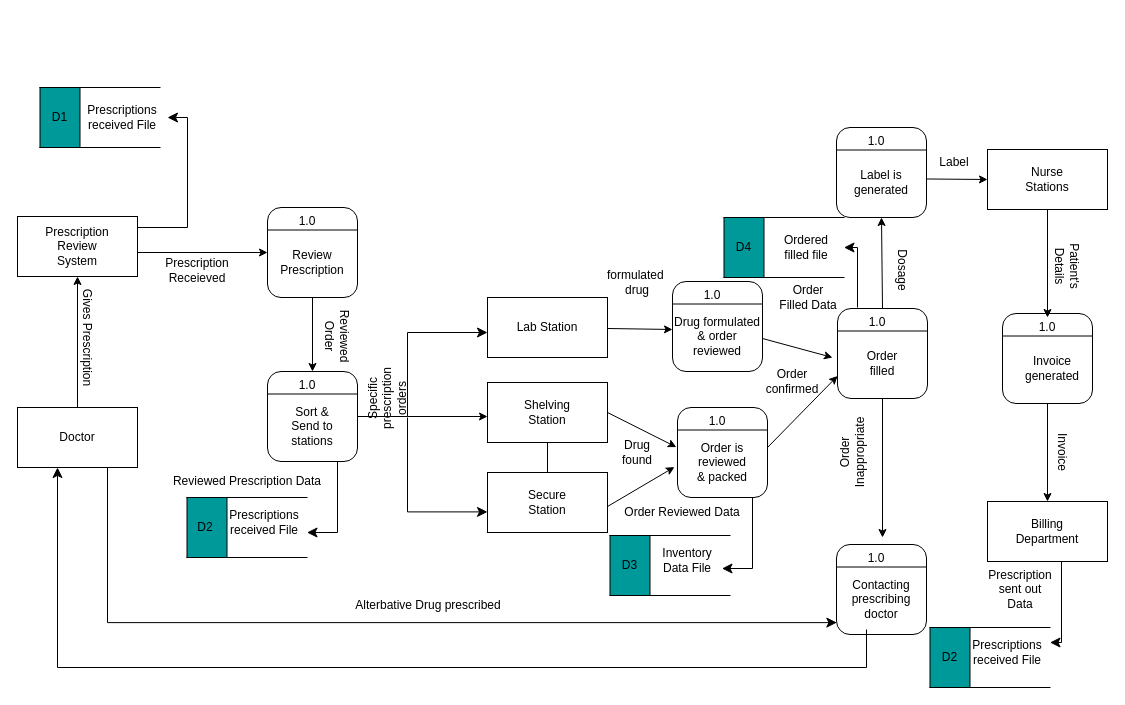
Before: page "Level - 0 Diagram" (2 of 2) of Pharmacy System Workflow at Mercy Hospital .drawio in danielchiny/Workflow-Designs, a draw.io diagram. Source tidied: cells renumbered, new cells numbered last; positions are measured from the earlier drawing's top-left corner, leaving out a move shared by most shapes. Both pictures are drawn from the tidied source at 100%, with x=0, y=0 at pixel (17, 87).
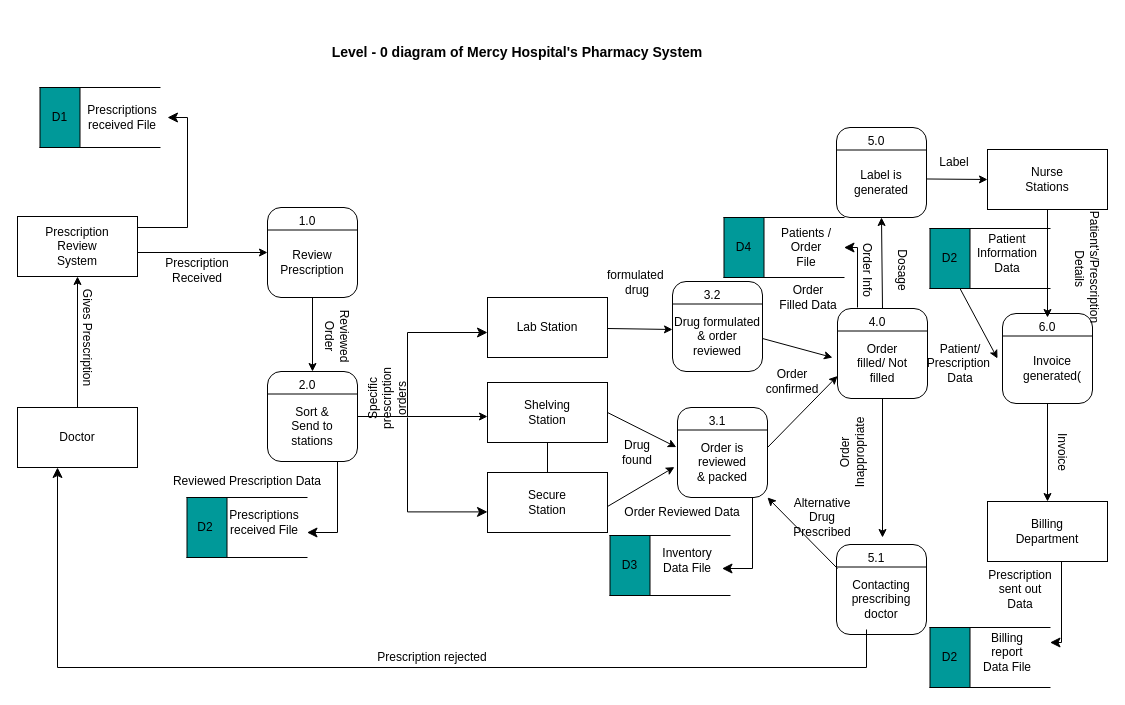
Above is the later version.

Unchanged cells that the change refers to:
```xml
<mxCell id="3" style="rounded=0;whiteSpace=wrap;html=1;" parent="2" vertex="1">
  <mxGeometry width="120" height="60" as="geometry" />
</mxCell>
<mxCell id="22" style="group;" parent="1" vertex="1">
  <mxGeometry x="250" y="284" width="90" height="110" as="geometry" />
</mxCell>
<mxCell id="45" style="rounded=1;whiteSpace=wrap;html=1;" parent="1" vertex="1">
  <mxGeometry x="660" y="320" width="90" height="90" as="geometry" />
</mxCell>
<mxCell id="53" style="rounded=1;whiteSpace=wrap;html=1;" parent="1" vertex="1">
  <mxGeometry x="819" y="457" width="90" height="90" as="geometry" />
</mxCell>
<mxCell id="83" style="group;" parent="1" vertex="1">
  <mxGeometry x="730" y="130" width="122.5" height="60" as="geometry" />
</mxCell>
<mxCell id="88" style="group;" parent="1" vertex="1">
  <mxGeometry x="910" y="540" width="122.5" height="60" as="geometry" />
</mxCell>
```

Change to the diagram source:
```diff
@@
-    <mxCell id="26" value="1.0" style="text;html=1;align=center;verticalAlign=middle;whiteSpace=wrap;rounded=0;" parent="22" vertex="1">
+    <mxCell id="26" value="2.0" style="text;html=1;align=center;verticalAlign=middle;whiteSpace=wrap;rounded=0;" parent="22" vertex="1">
       <mxGeometry x="15" y="4" width="50" height="20" as="geometry" />
     </mxCell>
@@
-    <mxCell id="39" value="Order filled" style="text;html=1;align=center;verticalAlign=middle;whiteSpace=wrap;rounded=0;" parent="1" vertex="1">
+    <mxCell id="39" value="Order filled/ Not filled" style="text;html=1;align=center;verticalAlign=middle;whiteSpace=wrap;rounded=0;" parent="1" vertex="1">
       <mxGeometry x="835" y="246" width="60" height="60" as="geometry" />
     </mxCell>
-    <mxCell id="40" value="1.0" style="text;html=1;align=center;verticalAlign=middle;whiteSpace=wrap;rounded=0;" parent="1" vertex="1">
+    <mxCell id="40" value="4.0" style="text;html=1;align=center;verticalAlign=middle;whiteSpace=wrap;rounded=0;" parent="1" vertex="1">
       <mxGeometry x="835" y="225" width="50" height="20" as="geometry" />
     </mxCell>
@@
-    <mxCell id="44" value="1.0" style="text;html=1;align=center;verticalAlign=middle;whiteSpace=wrap;rounded=0;" parent="1" vertex="1">
+    <mxCell id="44" value="3.2" style="text;html=1;align=center;verticalAlign=middle;whiteSpace=wrap;rounded=0;" parent="1" vertex="1">
       <mxGeometry x="670" y="198" width="50" height="20" as="geometry" />
     </mxCell>
@@
-    <mxCell id="48" value="1.0" style="text;html=1;align=center;verticalAlign=middle;whiteSpace=wrap;rounded=0;" parent="1" vertex="1">
+    <mxCell id="48" value="3.1" style="text;html=1;align=center;verticalAlign=middle;whiteSpace=wrap;rounded=0;" parent="1" vertex="1">
       <mxGeometry x="675" y="324" width="50" height="20" as="geometry" />
     </mxCell>
@@
-    <mxCell id="52" value="1.0" style="text;html=1;align=center;verticalAlign=middle;whiteSpace=wrap;rounded=0;" parent="1" vertex="1">
+    <mxCell id="52" value="5.0" style="text;html=1;align=center;verticalAlign=middle;whiteSpace=wrap;rounded=0;" parent="1" vertex="1">
       <mxGeometry x="834" y="44" width="50" height="20" as="geometry" />
     </mxCell>
@@
-    <mxCell id="56" value="1.0" style="text;html=1;align=center;verticalAlign=middle;whiteSpace=wrap;rounded=0;" parent="1" vertex="1">
+    <mxCell id="56" value="5.1" style="text;html=1;align=center;verticalAlign=middle;whiteSpace=wrap;rounded=0;" parent="1" vertex="1">
       <mxGeometry x="834" y="461" width="50" height="20" as="geometry" />
     </mxCell>
@@
-    <mxCell id="78" value="Invoice generated" style="text;html=1;align=center;verticalAlign=middle;whiteSpace=wrap;rounded=0;" parent="1" vertex="1">
+    <mxCell id="78" value="Invoice generated(" style="text;html=1;align=center;verticalAlign=middle;whiteSpace=wrap;rounded=0;" parent="1" vertex="1">
       <mxGeometry x="1005" y="251" width="60" height="60" as="geometry" />
     </mxCell>
-    <mxCell id="79" value="1.0" style="text;html=1;align=center;verticalAlign=middle;whiteSpace=wrap;rounded=0;" parent="1" vertex="1">
+    <mxCell id="79" value="6.0" style="text;html=1;align=center;verticalAlign=middle;whiteSpace=wrap;rounded=0;" parent="1" vertex="1">
       <mxGeometry x="1005" y="230" width="50" height="20" as="geometry" />
     </mxCell>
@@
-    <mxCell id="87" value="Ordered filled file" style="text;html=1;align=center;verticalAlign=middle;whiteSpace=wrap;rounded=0;" parent="83" vertex="1">
+    <mxCell id="87" value="Patients / Order &lt;br&gt;File" style="text;html=1;align=center;verticalAlign=middle;whiteSpace=wrap;rounded=0;" parent="83" vertex="1">
       <mxGeometry x="29" y="15" width="60" height="30" as="geometry" />
     </mxCell>
@@
-    <mxCell id="92" value="Prescriptions received File" style="text;html=1;align=center;verticalAlign=middle;whiteSpace=wrap;rounded=0;" parent="88" vertex="1">
+    <mxCell id="92" value="Billing report Data File" style="text;html=1;align=center;verticalAlign=middle;whiteSpace=wrap;rounded=0;" parent="88" vertex="1">
       <mxGeometry x="50" y="10" width="60" height="30" as="geometry" />
     </mxCell>
@@
-    <mxCell id="94" value="Prescription Receieved" style="text;html=1;align=center;verticalAlign=middle;whiteSpace=wrap;rounded=0;" parent="1" vertex="1">
+    <mxCell id="94" value="Prescription Received" style="text;html=1;align=center;verticalAlign=middle;whiteSpace=wrap;rounded=0;" parent="1" vertex="1">
       <mxGeometry x="150" y="168" width="60" height="30" as="geometry" />
     </mxCell>
@@
-    <mxCell id="113" style="edgeStyle=elbowEdgeStyle;elbow=horizontal;endArrow=classic;html=1;curved=0;rounded=0;endSize=8;startSize=8;entryX=0.004;entryY=0.868;entryDx=0;entryDy=0;exitX=0.75;exitY=1;exitDx=0;exitDy=0;entryPerimeter=0;" parent="1" edge="1" source="3" target="53">
-      <mxGeometry relative="1" as="geometry">
-        <Array as="points">
-          <mxPoint x="90" y="490" />
-        </Array>
-      </mxGeometry>
-    </mxCell>
-    <mxCell id="114" value="Alterbative Drug prescribed" style="text;html=1;align=center;verticalAlign=middle;whiteSpace=wrap;rounded=0;" parent="1" vertex="1">
-      <mxGeometry x="336" y="503" width="150" height="30" as="geometry" />
-    </mxCell>
-    <mxCell id="115" value="Patient's Details" style="text;html=1;align=center;verticalAlign=middle;whiteSpace=wrap;rounded=0;rotation=90;" parent="1" vertex="1">
-      <mxGeometry x="1020" y="164" width="60" height="30" as="geometry" />
+    <mxCell id="115" value="Patient's/Prescription&lt;br&gt;&amp;nbsp;Details" style="text;html=1;align=center;verticalAlign=middle;whiteSpace=wrap;rounded=0;rotation=90;" parent="1" vertex="1">
+      <mxGeometry x="1040" y="165" width="60" height="30" as="geometry" />
     </mxCell>
@@
+    <mxCell id="119" value="&lt;font style=&quot;font-size: 14px;&quot;&gt;Level - 0 diagram of Mercy Hospital's Pharmacy System&lt;/font&gt;" style="text;html=1;align=center;verticalAlign=middle;whiteSpace=wrap;rounded=0;fontStyle=1;" parent="1" vertex="1">
+      <mxGeometry x="220" y="-70" width="560" height="70" as="geometry" />
+    </mxCell>
+    <mxCell id="120" value="Prescription rejected" style="text;html=1;align=center;verticalAlign=middle;whiteSpace=wrap;rounded=0;" parent="1" vertex="1">
+      <mxGeometry x="340" y="555" width="150" height="30" as="geometry" />
+    </mxCell>
+    <mxCell id="121" style="group;" parent="1" vertex="1">
+      <mxGeometry x="910" y="141" width="122.5" height="60" as="geometry" />
+    </mxCell>
+    <mxCell id="122" style="shape=partialRectangle;whiteSpace=wrap;html=1;left=0;right=0;fillColor=none;" parent="121" vertex="1">
+      <mxGeometry x="2.5" width="120" height="60" as="geometry" />
+    </mxCell>
+    <mxCell id="123" style="rounded=0;whiteSpace=wrap;html=1;fillColor=#009999;" parent="121" vertex="1">
+      <mxGeometry x="2.5" width="40" height="60" as="geometry" />
+    </mxCell>
+    <mxCell id="124" value="D2" style="text;html=1;align=center;verticalAlign=middle;whiteSpace=wrap;rounded=0;" parent="121" vertex="1">
+      <mxGeometry y="20" width="45" height="20" as="geometry" />
+    </mxCell>
+    <mxCell id="125" value="Patient Information Data" style="text;html=1;align=center;verticalAlign=middle;whiteSpace=wrap;rounded=0;" parent="121" vertex="1">
+      <mxGeometry x="50" y="10" width="60" height="30" as="geometry" />
+    </mxCell>
+    <mxCell id="126" style="endArrow=classic;html=1;rounded=0;exitX=0.25;exitY=1;exitDx=0;exitDy=0;" parent="1" edge="1" source="122">
+      <mxGeometry relative="1" as="geometry">
+        <mxPoint x="980" y="271" as="targetPoint" />
+      </mxGeometry>
+    </mxCell>
+    <mxCell id="127" value="Patient/ Prescription&amp;nbsp; Data" style="text;html=1;align=center;verticalAlign=middle;whiteSpace=wrap;rounded=0;" parent="1" vertex="1">
+      <mxGeometry x="912.5" y="261" width="60" height="30" as="geometry" />
+    </mxCell>
+    <mxCell id="128" style="endArrow=classic;html=1;rounded=0;entryX=1;entryY=1;entryDx=0;entryDy=0;" parent="1" edge="1" target="45">
+      <mxGeometry relative="1" as="geometry">
+        <mxPoint x="820" y="481" as="sourcePoint" />
+      </mxGeometry>
+    </mxCell>
+    <mxCell id="129" value="Alternative Drug Prescribed" style="text;html=1;align=center;verticalAlign=middle;whiteSpace=wrap;rounded=0;" parent="1" vertex="1">
+      <mxGeometry x="775" y="415" width="60" height="30" as="geometry" />
+    </mxCell>
+    <mxCell id="130" value="Order Info" style="text;html=1;align=center;verticalAlign=middle;whiteSpace=wrap;rounded=0;rotation=90;" parent="1" vertex="1">
+      <mxGeometry x="820" y="168" width="60" height="30" as="geometry" />
+    </mxCell>
```
